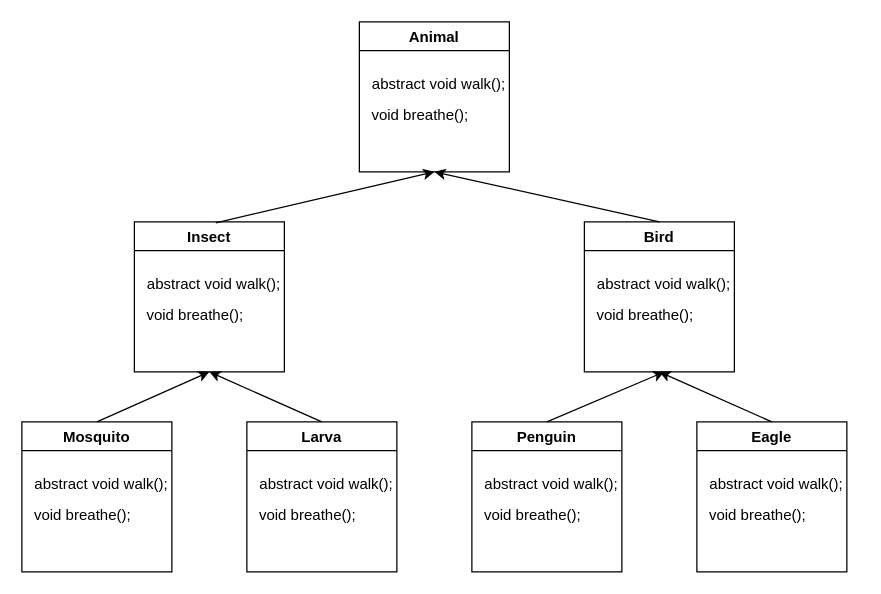
jilpoom/AbstractClass keeps this draw.io diagram as 제목 없는 다이어그램.drawio. Above is the earlier version. Source tidied: cells renumbered, new cells numbered last; positions are measured from the earlier drawing's top-left corner, leaving out a move shared by most shapes. Both pictures are drawn from the tidied source at 125%, with x=0, y=0 at pixel (21, 21).
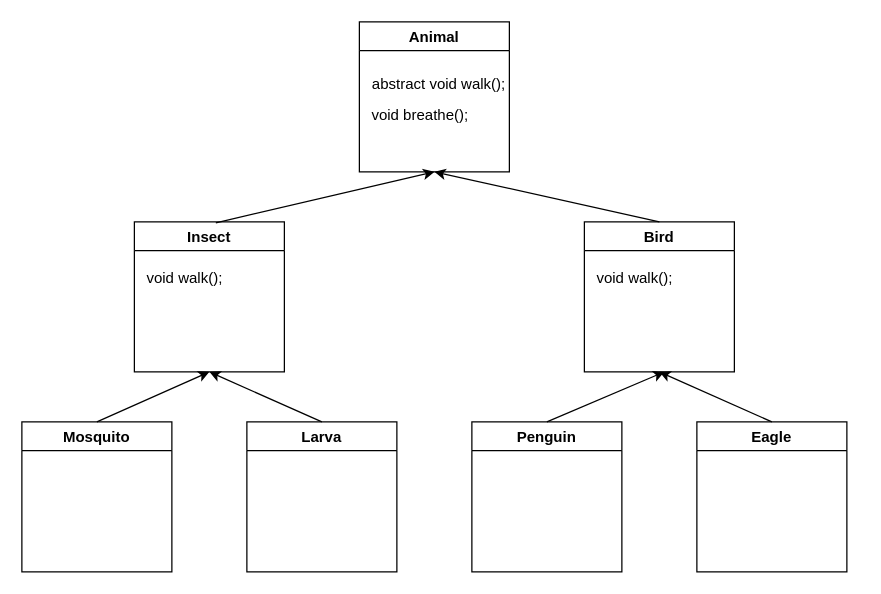
The same page after the edit.

Commit message (it also covers changes not shown here):
제목 없는 다이어그램.drawio 업데이트

The change refers to these unchanged cells:
```xml
<mxCell id="5" value="Insect" style="swimlane;" parent="1" vertex="1">
  <mxGeometry x="90" y="160" width="120" height="120" as="geometry" />
</mxCell>
<mxCell id="8" value="Bird" style="swimlane;" parent="1" vertex="1">
  <mxGeometry x="450" y="160" width="120" height="120" as="geometry" />
</mxCell>
<mxCell id="13" value="Penguin" style="swimlane;" parent="1" vertex="1">
  <mxGeometry x="360" y="320" width="120" height="120" as="geometry" />
</mxCell>
<mxCell id="16" value="Eagle" style="swimlane;" parent="1" vertex="1">
  <mxGeometry x="540" y="320" width="120" height="120" as="geometry" />
</mxCell>
<mxCell id="19" value="Mosquito" style="swimlane;" parent="1" vertex="1">
  <mxGeometry y="320" width="120" height="120" as="geometry" />
</mxCell>
<mxCell id="22" value="Larva" style="swimlane;" parent="1" vertex="1">
  <mxGeometry x="180" y="320" width="120" height="120" as="geometry" />
</mxCell>
```

What changed in the source:
```diff
@@
-    <mxCell id="6" value="abstract void walk();&amp;nbsp;" style="text;html=1;align=center;verticalAlign=middle;strokeColor=none;fillColor=none;" parent="5" vertex="1">
-      <mxGeometry y="35" width="130" height="30" as="geometry" />
-    </mxCell>
-    <mxCell id="7" value="void breathe();&amp;nbsp;" style="text;html=1;align=center;verticalAlign=middle;strokeColor=none;fillColor=none;" parent="5" vertex="1">
-      <mxGeometry y="60" width="100" height="30" as="geometry" />
-    </mxCell>
+    <mxCell id="29" value="void walk();" style="text;html=1;align=center;verticalAlign=middle;strokeColor=none;fillColor=none;" parent="5" vertex="1">
+      <mxGeometry y="30" width="80" height="30" as="geometry" />
+    </mxCell>
@@
-    <mxCell id="9" value="abstract void walk();&amp;nbsp;" style="text;html=1;align=center;verticalAlign=middle;strokeColor=none;fillColor=none;" parent="8" vertex="1">
-      <mxGeometry y="35" width="130" height="30" as="geometry" />
-    </mxCell>
-    <mxCell id="10" value="void breathe();&amp;nbsp;" style="text;html=1;align=center;verticalAlign=middle;strokeColor=none;fillColor=none;" parent="8" vertex="1">
-      <mxGeometry y="60" width="100" height="30" as="geometry" />
-    </mxCell>
+    <mxCell id="30" value="void walk();" style="text;html=1;align=center;verticalAlign=middle;strokeColor=none;fillColor=none;" parent="8" vertex="1">
+      <mxGeometry y="30" width="80" height="30" as="geometry" />
+    </mxCell>
@@
-    <mxCell id="14" value="abstract void walk();&amp;nbsp;" style="text;html=1;align=center;verticalAlign=middle;strokeColor=none;fillColor=none;" parent="13" vertex="1">
-      <mxGeometry y="35" width="130" height="30" as="geometry" />
-    </mxCell>
-    <mxCell id="15" value="void breathe();&amp;nbsp;" style="text;html=1;align=center;verticalAlign=middle;strokeColor=none;fillColor=none;" parent="13" vertex="1">
-      <mxGeometry y="60" width="100" height="30" as="geometry" />
-    </mxCell>
@@
-    <mxCell id="17" value="abstract void walk();&amp;nbsp;" style="text;html=1;align=center;verticalAlign=middle;strokeColor=none;fillColor=none;" parent="16" vertex="1">
-      <mxGeometry y="35" width="130" height="30" as="geometry" />
-    </mxCell>
-    <mxCell id="18" value="void breathe();&amp;nbsp;" style="text;html=1;align=center;verticalAlign=middle;strokeColor=none;fillColor=none;" parent="16" vertex="1">
-      <mxGeometry y="60" width="100" height="30" as="geometry" />
-    </mxCell>
@@
-    <mxCell id="20" value="abstract void walk();&amp;nbsp;" style="text;html=1;align=center;verticalAlign=middle;strokeColor=none;fillColor=none;" parent="19" vertex="1">
-      <mxGeometry y="35" width="130" height="30" as="geometry" />
-    </mxCell>
-    <mxCell id="21" value="void breathe();&amp;nbsp;" style="text;html=1;align=center;verticalAlign=middle;strokeColor=none;fillColor=none;" parent="19" vertex="1">
-      <mxGeometry y="60" width="100" height="30" as="geometry" />
-    </mxCell>
@@
-    <mxCell id="23" value="abstract void walk();&amp;nbsp;" style="text;html=1;align=center;verticalAlign=middle;strokeColor=none;fillColor=none;" parent="22" vertex="1">
-      <mxGeometry y="35" width="130" height="30" as="geometry" />
-    </mxCell>
-    <mxCell id="24" value="void breathe();&amp;nbsp;" style="text;html=1;align=center;verticalAlign=middle;strokeColor=none;fillColor=none;" parent="22" vertex="1">
-      <mxGeometry y="60" width="100" height="30" as="geometry" />
-    </mxCell>
```
